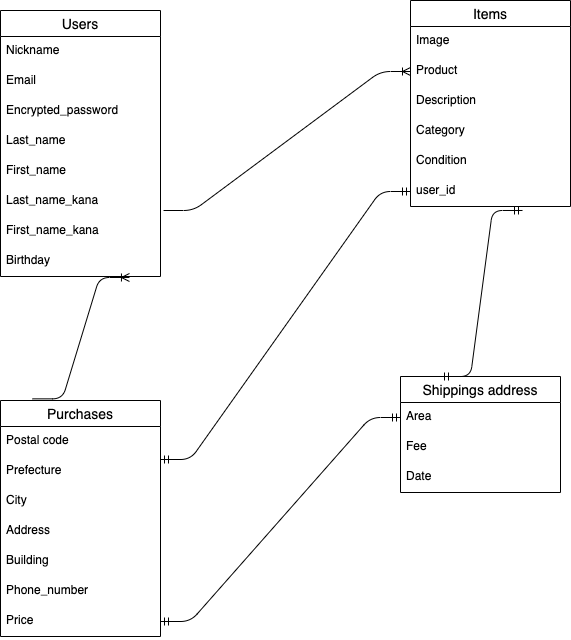
Above: .drawio.png in Tomoki06arkw/furima-35818 (draw.io), before the change. Source tidied: cells renumbered, new cells last; positions are measured from the earlier drawing's top-left corner, leaving out a move shared by most shapes.
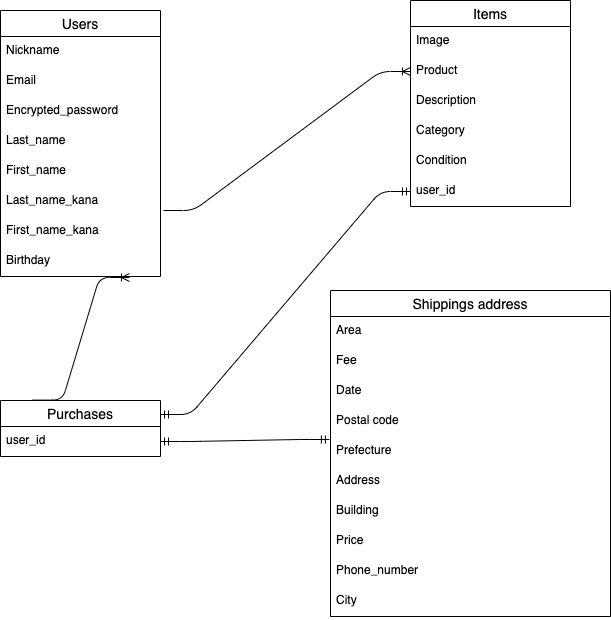
The same diagram one commit later.

Change to the diagram source:
```diff
@@ -51,41 +51,44 @@
       <mxGeometry y="176" width="160" height="30" as="geometry" />
     </mxCell>
     <mxCell id="18" value="Purchases" style="swimlane;fontStyle=0;horizontal=1;startSize=26;align=center;fontSize=14;" parent="1" vertex="1">
-      <mxGeometry y="400" width="160" height="236" as="geometry" />
+      <mxGeometry y="400" width="160" height="56" as="geometry" />
     </mxCell>
-    <mxCell id="19" value="Postal code" style="text;strokeColor=none;fillColor=none;spacingLeft=4;spacingRight=4;overflow=hidden;fontSize=12;" parent="18" vertex="1">
-      <mxGeometry y="26" width="160" height="30" as="geometry" />
-    </mxCell>
-    <mxCell id="20" value="Prefecture" style="text;strokeColor=none;fillColor=none;spacingLeft=4;spacingRight=4;overflow=hidden;points=[[0,0.5],[1,0.5]];portConstraint=eastwest;fontSize=12;" parent="18" vertex="1">
-      <mxGeometry y="56" width="160" height="30" as="geometry" />
-    </mxCell>
-    <mxCell id="21" value="City" style="text;strokeColor=none;fillColor=none;spacingLeft=4;spacingRight=4;overflow=hidden;fontSize=12;" parent="18" vertex="1">
-      <mxGeometry y="86" width="160" height="30" as="geometry" />
-    </mxCell>
-    <mxCell id="22" value="Address" style="text;strokeColor=none;fillColor=none;spacingLeft=4;spacingRight=4;overflow=hidden;fontSize=12;" parent="18" vertex="1">
-      <mxGeometry y="116" width="160" height="30" as="geometry" />
-    </mxCell>
-    <mxCell id="23" value="Building" style="text;strokeColor=none;fillColor=none;spacingLeft=4;spacingRight=4;overflow=hidden;fontSize=12;" parent="18" vertex="1">
-      <mxGeometry y="146" width="160" height="30" as="geometry" />
-    </mxCell>
-    <mxCell id="24" value="Phone_number" style="text;strokeColor=none;fillColor=none;spacingLeft=4;spacingRight=4;overflow=hidden;fontSize=12;" parent="18" vertex="1">
-      <mxGeometry y="176" width="160" height="30" as="geometry" />
-    </mxCell>
-    <mxCell id="25" value="Price" style="text;strokeColor=none;fillColor=none;spacingLeft=4;spacingRight=4;overflow=hidden;points=[[0,0.5],[1,0.5]];portConstraint=eastwest;fontSize=12;" parent="18" vertex="1">
-      <mxGeometry y="206" width="160" height="30" as="geometry" />
+    <mxCell id="25" value="user_id" style="text;strokeColor=none;fillColor=none;spacingLeft=4;spacingRight=4;overflow=hidden;points=[[0,0.5],[1,0.5]];portConstraint=eastwest;fontSize=12;" parent="18" vertex="1">
+      <mxGeometry y="26" width="160" height="30" as="geometry" />
     </mxCell>
     <mxCell id="26" value="Shippings address" style="swimlane;fontStyle=0;horizontal=1;startSize=26;align=center;fontSize=14;" parent="1" vertex="1">
-      <mxGeometry x="400" y="376" width="160" height="116" as="geometry" />
+      <mxGeometry x="330" y="290" width="280" height="326" as="geometry" />
     </mxCell>
     <mxCell id="27" value="Area" style="text;strokeColor=none;fillColor=none;spacingLeft=4;spacingRight=4;overflow=hidden;fontSize=12;" parent="26" vertex="1">
-      <mxGeometry y="26" width="160" height="30" as="geometry" />
+      <mxGeometry y="26" width="280" height="30" as="geometry" />
     </mxCell>
     <mxCell id="28" value="Fee" style="text;strokeColor=none;fillColor=none;spacingLeft=4;spacingRight=4;overflow=hidden;fontSize=12;" parent="26" vertex="1">
-      <mxGeometry y="56" width="160" height="30" as="geometry" />
+      <mxGeometry y="56" width="280" height="30" as="geometry" />
     </mxCell>
     <mxCell id="29" value="Date" style="text;strokeColor=none;fillColor=none;spacingLeft=4;spacingRight=4;overflow=hidden;fontSize=12;" parent="26" vertex="1">
-      <mxGeometry y="86" width="160" height="30" as="geometry" />
+      <mxGeometry y="86" width="280" height="30" as="geometry" />
     </mxCell>
+    <mxCell id="19" value="Postal code" style="text;strokeColor=none;fillColor=none;spacingLeft=4;spacingRight=4;overflow=hidden;fontSize=12;" parent="26" vertex="1">
+      <mxGeometry y="116" width="280" height="30" as="geometry" />
+    </mxCell>
+    <mxCell id="20" value="Prefecture" style="text;strokeColor=none;fillColor=none;spacingLeft=4;spacingRight=4;overflow=hidden;points=[[0,0.5],[1,0.5]];portConstraint=eastwest;fontSize=12;" parent="26" vertex="1">
+      <mxGeometry y="146" width="280" height="30" as="geometry" />
+    </mxCell>
+    <mxCell id="22" value="Address" style="text;strokeColor=none;fillColor=none;spacingLeft=4;spacingRight=4;overflow=hidden;fontSize=12;" parent="26" vertex="1">
+      <mxGeometry y="176" width="280" height="30" as="geometry" />
+    </mxCell>
+    <mxCell id="23" value="Building" style="text;strokeColor=none;fillColor=none;spacingLeft=4;spacingRight=4;overflow=hidden;fontSize=12;" parent="26" vertex="1">
+      <mxGeometry y="206" width="280" height="30" as="geometry" />
+    </mxCell>
+    <mxCell id="35" value="Price" style="text;strokeColor=none;fillColor=none;spacingLeft=4;spacingRight=4;overflow=hidden;fontSize=12;" parent="26" vertex="1">
+      <mxGeometry y="236" width="280" height="30" as="geometry" />
+    </mxCell>
+    <mxCell id="24" value="Phone_number" style="text;strokeColor=none;fillColor=none;spacingLeft=4;spacingRight=4;overflow=hidden;fontSize=12;" parent="26" vertex="1">
+      <mxGeometry y="266" width="280" height="30" as="geometry" />
+    </mxCell>
+    <mxCell id="21" value="City" style="text;strokeColor=none;fillColor=none;spacingLeft=4;spacingRight=4;overflow=hidden;fontSize=12;" parent="26" vertex="1">
+      <mxGeometry y="296" width="280" height="30" as="geometry" />
+    </mxCell>
     <mxCell id="30" style="edgeStyle=entityRelationEdgeStyle;fontSize=12;html=1;endArrow=ERoneToMany;entryX=0;entryY=0.5;entryDx=0;entryDy=0;exitX=1.019;exitY=0.8;exitDx=0;exitDy=0;exitPerimeter=0;" parent="1" edge="1" source="8" target="13">
       <mxGeometry relative="1" as="geometry" />
     </mxCell>
@@ -97,13 +100,8 @@
     <mxCell id="32" style="edgeStyle=entityRelationEdgeStyle;fontSize=12;html=1;endArrow=ERmandOne;startArrow=ERmandOne;exitX=1;exitY=0.25;exitDx=0;exitDy=0;entryX=0;entryY=0.5;entryDx=0;entryDy=0;" parent="1" edge="1" source="18" target="17">
       <mxGeometry relative="1" as="geometry" />
     </mxCell>
-    <mxCell id="33" style="edgeStyle=entityRelationEdgeStyle;fontSize=12;html=1;endArrow=ERmandOne;startArrow=ERmandOne;entryX=0.7;entryY=1.133;entryDx=0;entryDy=0;entryPerimeter=0;exitX=0.25;exitY=0;exitDx=0;exitDy=0;" parent="1" edge="1" source="26" target="17">
-      <mxGeometry relative="1" as="geometry" />
-    </mxCell>
-    <mxCell id="34" style="edgeStyle=entityRelationEdgeStyle;fontSize=12;html=1;endArrow=ERmandOne;startArrow=ERmandOne;entryX=0;entryY=0.5;entryDx=0;entryDy=0;exitX=1;exitY=0.5;exitDx=0;exitDy=0;" parent="1" edge="1" source="25">
-      <mxGeometry relative="1" as="geometry">
-        <mxPoint x="400" y="417" as="targetPoint" />
-      </mxGeometry>
+    <mxCell id="34" style="edgeStyle=entityRelationEdgeStyle;fontSize=12;html=1;endArrow=ERmandOne;startArrow=ERmandOne;entryX=-0.004;entryY=0.1;entryDx=0;entryDy=0;exitX=1;exitY=0.5;exitDx=0;exitDy=0;entryPerimeter=0;" parent="1" edge="1" source="25" target="20">
+      <mxGeometry relative="1" as="geometry" />
     </mxCell>
   </root>
 </mxGraphModel>
```
